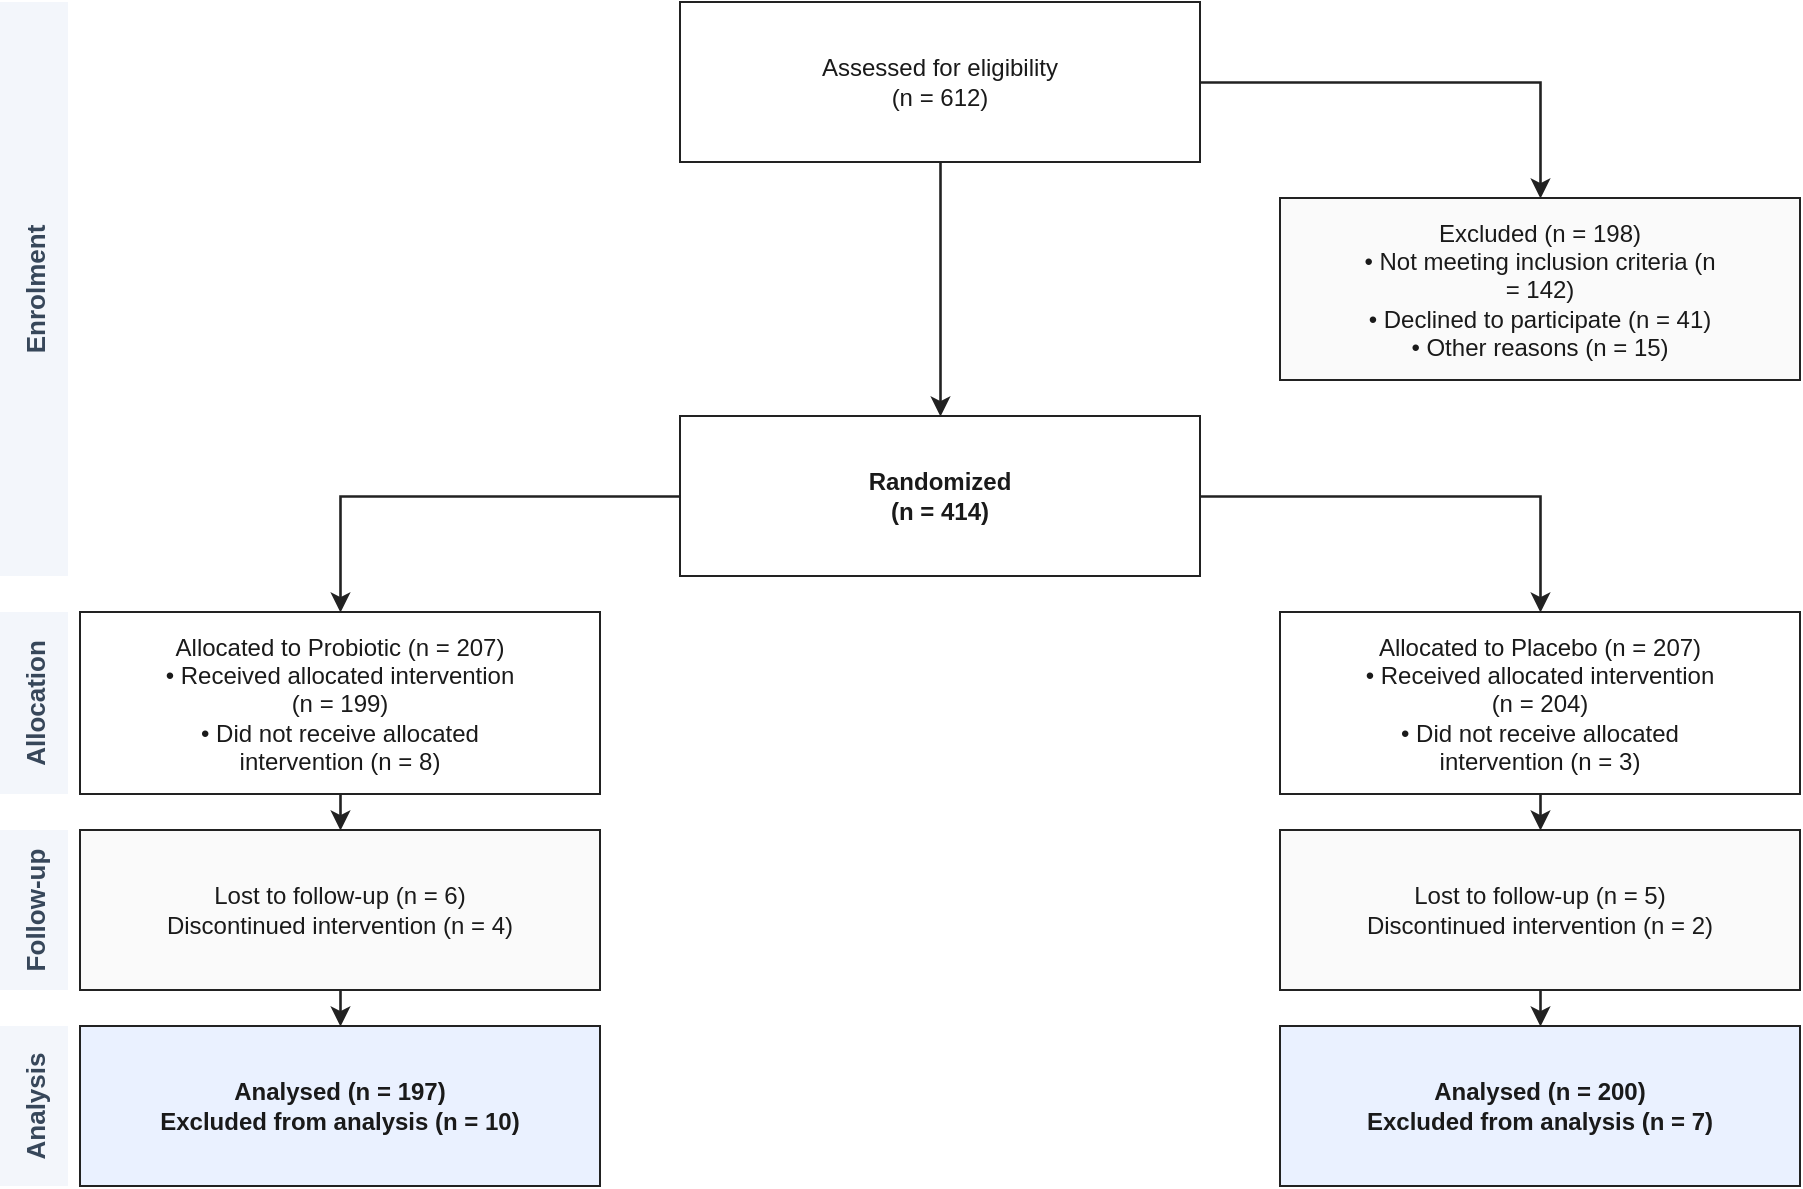
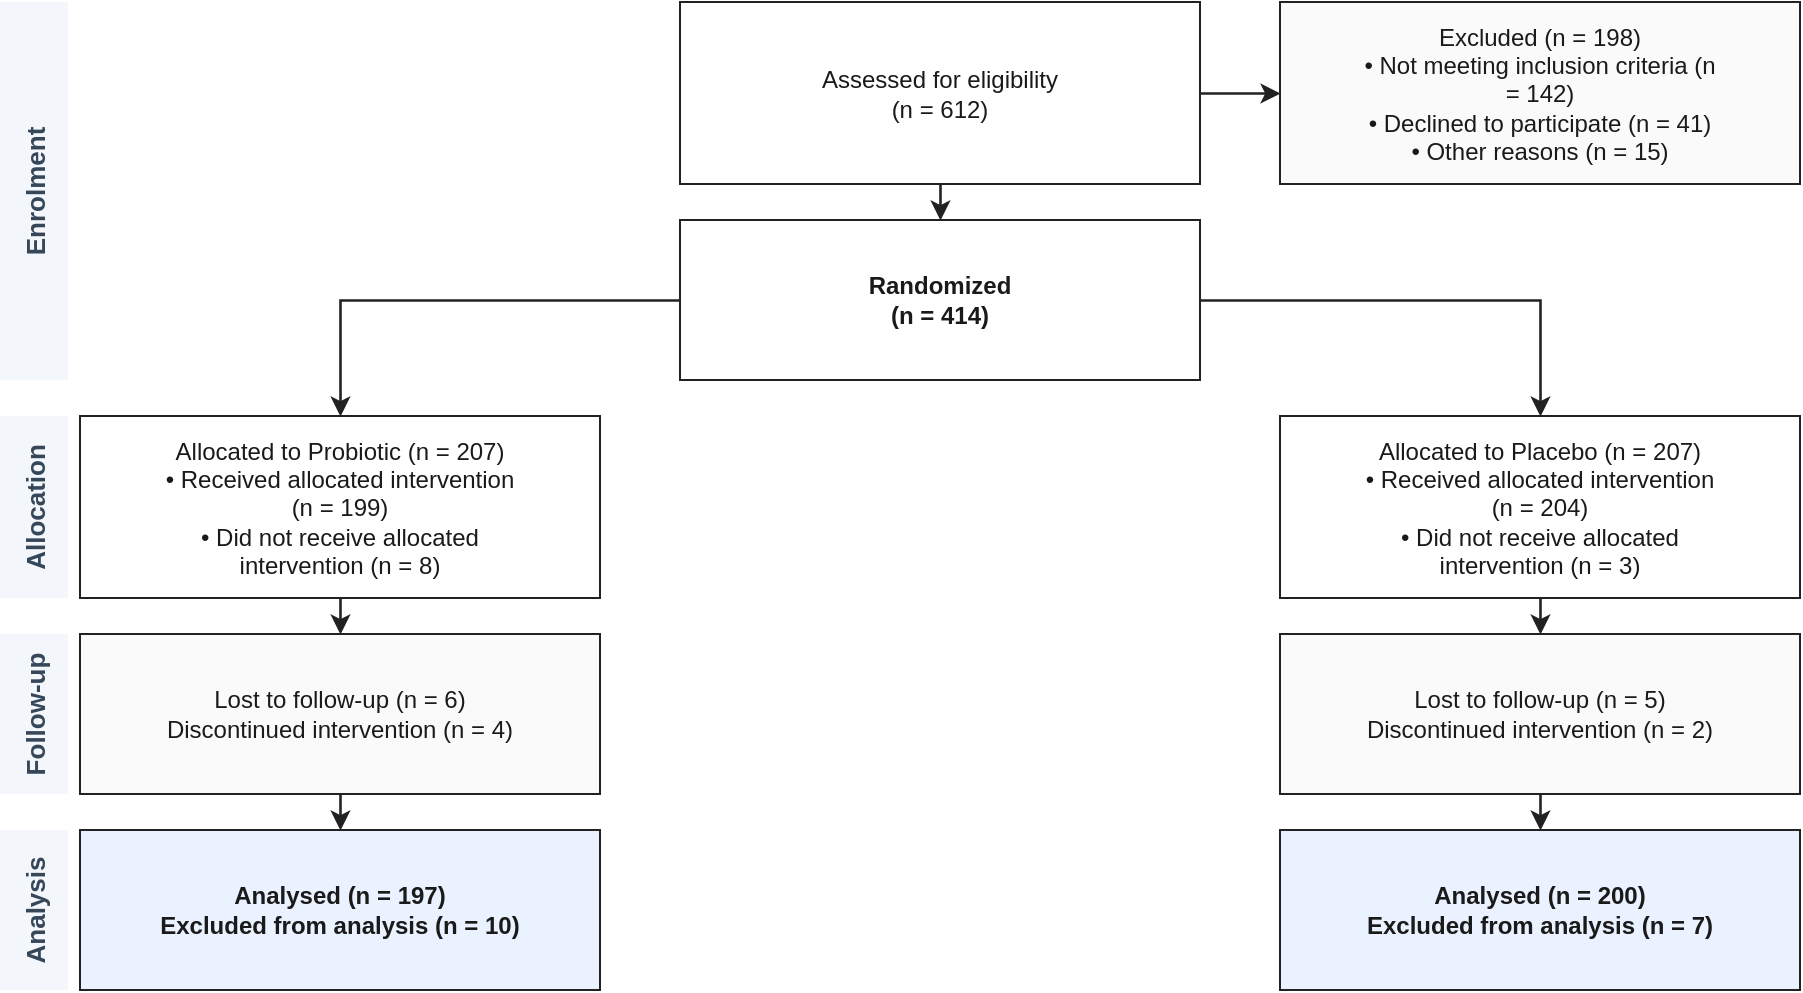
<?xml version="1.0" encoding="UTF-8"?>
- <mxfile host="flowdoc" modified="2026-04-25T12:06:57.967Z" agent="FlowDoc" version="1.0"><diagram id="flowdoc-main" name="Flow Diagram"><mxGraphModel dx="948" dy="640" grid="1" gridSize="10" guides="1" tooltips="1" connect="1" arrows="1" fold="1" page="1" pageScale="1" pageWidth="948" pageHeight="640" math="0" shadow="0"><root><mxCell id="0"/><mxCell id="1" parent="0"/><mxCell id="s2" value="Enrolment" style="shape=rect;fillColor=#f3f6fb;strokeColor=none;fontSize=13;fontStyle=1;fontColor=#37475a;verticalAlign=middle;horizontal=0;" vertex="1" parent="1"><mxGeometry x="24" y="24" width="34" height="287" as="geometry"/></mxCell><mxCell id="s3" value="Allocation" style="shape=rect;fillColor=#f3f6fb;strokeColor=none;fontSize=13;fontStyle=1;fontColor=#37475a;verticalAlign=middle;horizontal=0;" vertex="1" parent="1"><mxGeometry x="24" y="329" width="34" height="91" as="geometry"/></mxCell><mxCell id="s4" value="Follow-up" style="shape=rect;fillColor=#f3f6fb;strokeColor=none;fontSize=13;fontStyle=1;fontColor=#37475a;verticalAlign=middle;horizontal=0;" vertex="1" parent="1"><mxGeometry x="24" y="438" width="34" height="80" as="geometry"/></mxCell><mxCell id="s5" value="Analysis" style="shape=rect;fillColor=#f3f6fb;strokeColor=none;fontSize=13;fontStyle=1;fontColor=#37475a;verticalAlign=middle;horizontal=0;" vertex="1" parent="1"><mxGeometry x="24" y="536" width="34" height="80" as="geometry"/></mxCell><mxCell id="n_assessed" value="Assessed for eligibility&#10;(n = 612)" style="shape=rect;rounded=0;whiteSpace=wrap;html=1;fillColor=#ffffff;strokeColor=#222222;fontColor=#1a1a1a;fontSize=12;verticalAlign=middle;align=center;" vertex="1" parent="1"><mxGeometry x="364" y="24" width="260" height="80" as="geometry"/></mxCell><mxCell id="n_excluded" value="Excluded (n = 198)&#10;• Not meeting inclusion criteria (n&#10;= 142)&#10;• Declined to participate (n = 41)&#10;• Other reasons (n = 15)" style="shape=rect;rounded=0;whiteSpace=wrap;html=1;fillColor=#fafafa;strokeColor=#222222;fontColor=#1a1a1a;fontSize=12;verticalAlign=middle;align=center;" vertex="1" parent="1"><mxGeometry x="664" y="122" width="260" height="91" as="geometry"/></mxCell><mxCell id="n_randomized" value="Randomized&#10;(n = 414)" style="shape=rect;rounded=0;fontStyle=1;whiteSpace=wrap;html=1;fillColor=#ffffff;strokeColor=#222222;fontColor=#1a1a1a;fontSize=12;verticalAlign=middle;align=center;" vertex="1" parent="1"><mxGeometry x="364" y="231" width="260" height="80" as="geometry"/></mxCell><mxCell id="n_allocated_int" value="Allocated to Probiotic (n = 207)&#10;• Received allocated intervention&#10;(n = 199)&#10;• Did not receive allocated&#10;intervention (n = 8)" style="shape=rect;rounded=0;whiteSpace=wrap;html=1;fillColor=#ffffff;strokeColor=#222222;fontColor=#1a1a1a;fontSize=12;verticalAlign=middle;align=center;" vertex="1" parent="1"><mxGeometry x="64" y="329" width="260" height="91" as="geometry"/></mxCell><mxCell id="n_allocated_ctrl" value="Allocated to Placebo (n = 207)&#10;• Received allocated intervention&#10;(n = 204)&#10;• Did not receive allocated&#10;intervention (n = 3)" style="shape=rect;rounded=0;whiteSpace=wrap;html=1;fillColor=#ffffff;strokeColor=#222222;fontColor=#1a1a1a;fontSize=12;verticalAlign=middle;align=center;" vertex="1" parent="1"><mxGeometry x="664" y="329" width="260" height="91" as="geometry"/></mxCell><mxCell id="n_followup_int" value="Lost to follow-up (n = 6)&#10;Discontinued intervention (n = 4)" style="shape=rect;rounded=0;whiteSpace=wrap;html=1;fillColor=#fafafa;strokeColor=#222222;fontColor=#1a1a1a;fontSize=12;verticalAlign=middle;align=center;" vertex="1" parent="1"><mxGeometry x="64" y="438" width="260" height="80" as="geometry"/></mxCell><mxCell id="n_followup_ctrl" value="Lost to follow-up (n = 5)&#10;Discontinued intervention (n = 2)" style="shape=rect;rounded=0;whiteSpace=wrap;html=1;fillColor=#fafafa;strokeColor=#222222;fontColor=#1a1a1a;fontSize=12;verticalAlign=middle;align=center;" vertex="1" parent="1"><mxGeometry x="664" y="438" width="260" height="80" as="geometry"/></mxCell><mxCell id="n_analysed_int" value="Analysed (n = 197)&#10;Excluded from analysis (n = 10)" style="shape=rect;rounded=0;fontStyle=1;whiteSpace=wrap;html=1;fillColor=#eaf1ff;strokeColor=#222222;fontColor=#1a1a1a;fontSize=12;verticalAlign=middle;align=center;" vertex="1" parent="1"><mxGeometry x="64" y="536" width="260" height="80" as="geometry"/></mxCell><mxCell id="n_analysed_ctrl" value="Analysed (n = 200)&#10;Excluded from analysis (n = 7)" style="shape=rect;rounded=0;fontStyle=1;whiteSpace=wrap;html=1;fillColor=#eaf1ff;strokeColor=#222222;fontColor=#1a1a1a;fontSize=12;verticalAlign=middle;align=center;" vertex="1" parent="1"><mxGeometry x="664" y="536" width="260" height="80" as="geometry"/></mxCell><mxCell id="e0" style="edgeStyle=orthogonalEdgeStyle;rounded=0;html=1;endArrow=classic;endFill=1;strokeColor=#222222;strokeWidth=1.3;" edge="1" source="n_assessed" target="n_excluded" parent="1"><mxGeometry relative="1" as="geometry"/></mxCell><mxCell id="e1" style="edgeStyle=orthogonalEdgeStyle;rounded=0;html=1;endArrow=classic;endFill=1;strokeColor=#222222;strokeWidth=1.3;" edge="1" source="n_assessed" target="n_randomized" parent="1"><mxGeometry relative="1" as="geometry"/></mxCell><mxCell id="e2" style="edgeStyle=orthogonalEdgeStyle;rounded=0;html=1;endArrow=classic;endFill=1;strokeColor=#222222;strokeWidth=1.3;" edge="1" source="n_randomized" target="n_allocated_int" parent="1"><mxGeometry relative="1" as="geometry"/></mxCell><mxCell id="e3" style="edgeStyle=orthogonalEdgeStyle;rounded=0;html=1;endArrow=classic;endFill=1;strokeColor=#222222;strokeWidth=1.3;" edge="1" source="n_randomized" target="n_allocated_ctrl" parent="1"><mxGeometry relative="1" as="geometry"/></mxCell><mxCell id="e4" style="edgeStyle=orthogonalEdgeStyle;rounded=0;html=1;endArrow=classic;endFill=1;strokeColor=#222222;strokeWidth=1.3;" edge="1" source="n_allocated_int" target="n_followup_int" parent="1"><mxGeometry relative="1" as="geometry"/></mxCell><mxCell id="e5" style="edgeStyle=orthogonalEdgeStyle;rounded=0;html=1;endArrow=classic;endFill=1;strokeColor=#222222;strokeWidth=1.3;" edge="1" source="n_allocated_ctrl" target="n_followup_ctrl" parent="1"><mxGeometry relative="1" as="geometry"/></mxCell><mxCell id="e6" style="edgeStyle=orthogonalEdgeStyle;rounded=0;html=1;endArrow=classic;endFill=1;strokeColor=#222222;strokeWidth=1.3;" edge="1" source="n_followup_int" target="n_analysed_int" parent="1"><mxGeometry relative="1" as="geometry"/></mxCell><mxCell id="e7" style="edgeStyle=orthogonalEdgeStyle;rounded=0;html=1;endArrow=classic;endFill=1;strokeColor=#222222;strokeWidth=1.3;" edge="1" source="n_followup_ctrl" target="n_analysed_ctrl" parent="1"><mxGeometry relative="1" as="geometry"/></mxCell></root></mxGraphModel></diagram></mxfile>
+ <mxfile host="flowdoc" modified="2026-04-28T11:46:02.480Z" agent="FlowDoc" version="1.0"><diagram id="flowdoc-main" name="Flow Diagram"><mxGraphModel dx="948" dy="542" grid="1" gridSize="10" guides="1" tooltips="1" connect="1" arrows="1" fold="1" page="1" pageScale="1" pageWidth="948" pageHeight="542" math="0" shadow="0"><root><mxCell id="0"/><mxCell id="1" parent="0"/><mxCell id="s2" value="Enrolment" style="shape=rect;fillColor=#f3f6fb;strokeColor=none;fontSize=13;fontStyle=1;fontColor=#37475a;verticalAlign=middle;horizontal=0;" vertex="1" parent="1"><mxGeometry x="24" y="24" width="34" height="189" as="geometry"/></mxCell><mxCell id="s3" value="Allocation" style="shape=rect;fillColor=#f3f6fb;strokeColor=none;fontSize=13;fontStyle=1;fontColor=#37475a;verticalAlign=middle;horizontal=0;" vertex="1" parent="1"><mxGeometry x="24" y="231" width="34" height="91" as="geometry"/></mxCell><mxCell id="s4" value="Follow-up" style="shape=rect;fillColor=#f3f6fb;strokeColor=none;fontSize=13;fontStyle=1;fontColor=#37475a;verticalAlign=middle;horizontal=0;" vertex="1" parent="1"><mxGeometry x="24" y="340" width="34" height="80" as="geometry"/></mxCell><mxCell id="s5" value="Analysis" style="shape=rect;fillColor=#f3f6fb;strokeColor=none;fontSize=13;fontStyle=1;fontColor=#37475a;verticalAlign=middle;horizontal=0;" vertex="1" parent="1"><mxGeometry x="24" y="438" width="34" height="80" as="geometry"/></mxCell><mxCell id="n_assessed" value="Assessed for eligibility&#10;(n = 612)" style="shape=rect;rounded=0;whiteSpace=wrap;html=1;fillColor=#ffffff;strokeColor=#222222;fontColor=#1a1a1a;fontSize=12;verticalAlign=middle;align=center;" vertex="1" parent="1"><mxGeometry x="364" y="24" width="260" height="91" as="geometry"/></mxCell><mxCell id="n_excluded" value="Excluded (n = 198)&#10;• Not meeting inclusion criteria (n&#10;= 142)&#10;• Declined to participate (n = 41)&#10;• Other reasons (n = 15)" style="shape=rect;rounded=0;whiteSpace=wrap;html=1;fillColor=#fafafa;strokeColor=#222222;fontColor=#1a1a1a;fontSize=12;verticalAlign=middle;align=center;" vertex="1" parent="1"><mxGeometry x="664" y="24" width="260" height="91" as="geometry"/></mxCell><mxCell id="n_randomized" value="Randomized&#10;(n = 414)" style="shape=rect;rounded=0;fontStyle=1;whiteSpace=wrap;html=1;fillColor=#ffffff;strokeColor=#222222;fontColor=#1a1a1a;fontSize=12;verticalAlign=middle;align=center;" vertex="1" parent="1"><mxGeometry x="364" y="133" width="260" height="80" as="geometry"/></mxCell><mxCell id="n_allocated_int" value="Allocated to Probiotic (n = 207)&#10;• Received allocated intervention&#10;(n = 199)&#10;• Did not receive allocated&#10;intervention (n = 8)" style="shape=rect;rounded=0;whiteSpace=wrap;html=1;fillColor=#ffffff;strokeColor=#222222;fontColor=#1a1a1a;fontSize=12;verticalAlign=middle;align=center;" vertex="1" parent="1"><mxGeometry x="64" y="231" width="260" height="91" as="geometry"/></mxCell><mxCell id="n_allocated_ctrl" value="Allocated to Placebo (n = 207)&#10;• Received allocated intervention&#10;(n = 204)&#10;• Did not receive allocated&#10;intervention (n = 3)" style="shape=rect;rounded=0;whiteSpace=wrap;html=1;fillColor=#ffffff;strokeColor=#222222;fontColor=#1a1a1a;fontSize=12;verticalAlign=middle;align=center;" vertex="1" parent="1"><mxGeometry x="664" y="231" width="260" height="91" as="geometry"/></mxCell><mxCell id="n_followup_int" value="Lost to follow-up (n = 6)&#10;Discontinued intervention (n = 4)" style="shape=rect;rounded=0;whiteSpace=wrap;html=1;fillColor=#fafafa;strokeColor=#222222;fontColor=#1a1a1a;fontSize=12;verticalAlign=middle;align=center;" vertex="1" parent="1"><mxGeometry x="64" y="340" width="260" height="80" as="geometry"/></mxCell><mxCell id="n_followup_ctrl" value="Lost to follow-up (n = 5)&#10;Discontinued intervention (n = 2)" style="shape=rect;rounded=0;whiteSpace=wrap;html=1;fillColor=#fafafa;strokeColor=#222222;fontColor=#1a1a1a;fontSize=12;verticalAlign=middle;align=center;" vertex="1" parent="1"><mxGeometry x="664" y="340" width="260" height="80" as="geometry"/></mxCell><mxCell id="n_analysed_int" value="Analysed (n = 197)&#10;Excluded from analysis (n = 10)" style="shape=rect;rounded=0;fontStyle=1;whiteSpace=wrap;html=1;fillColor=#eaf1ff;strokeColor=#222222;fontColor=#1a1a1a;fontSize=12;verticalAlign=middle;align=center;" vertex="1" parent="1"><mxGeometry x="64" y="438" width="260" height="80" as="geometry"/></mxCell><mxCell id="n_analysed_ctrl" value="Analysed (n = 200)&#10;Excluded from analysis (n = 7)" style="shape=rect;rounded=0;fontStyle=1;whiteSpace=wrap;html=1;fillColor=#eaf1ff;strokeColor=#222222;fontColor=#1a1a1a;fontSize=12;verticalAlign=middle;align=center;" vertex="1" parent="1"><mxGeometry x="664" y="438" width="260" height="80" as="geometry"/></mxCell><mxCell id="e0" style="edgeStyle=orthogonalEdgeStyle;rounded=0;html=1;endArrow=classic;endFill=1;strokeColor=#222222;strokeWidth=1.3;" edge="1" source="n_assessed" target="n_excluded" parent="1"><mxGeometry relative="1" as="geometry"/></mxCell><mxCell id="e1" style="edgeStyle=orthogonalEdgeStyle;rounded=0;html=1;endArrow=classic;endFill=1;strokeColor=#222222;strokeWidth=1.3;" edge="1" source="n_assessed" target="n_randomized" parent="1"><mxGeometry relative="1" as="geometry"/></mxCell><mxCell id="e2" style="edgeStyle=orthogonalEdgeStyle;rounded=0;html=1;endArrow=classic;endFill=1;strokeColor=#222222;strokeWidth=1.3;" edge="1" source="n_randomized" target="n_allocated_int" parent="1"><mxGeometry relative="1" as="geometry"/></mxCell><mxCell id="e3" style="edgeStyle=orthogonalEdgeStyle;rounded=0;html=1;endArrow=classic;endFill=1;strokeColor=#222222;strokeWidth=1.3;" edge="1" source="n_randomized" target="n_allocated_ctrl" parent="1"><mxGeometry relative="1" as="geometry"/></mxCell><mxCell id="e4" style="edgeStyle=orthogonalEdgeStyle;rounded=0;html=1;endArrow=classic;endFill=1;strokeColor=#222222;strokeWidth=1.3;" edge="1" source="n_allocated_int" target="n_followup_int" parent="1"><mxGeometry relative="1" as="geometry"/></mxCell><mxCell id="e5" style="edgeStyle=orthogonalEdgeStyle;rounded=0;html=1;endArrow=classic;endFill=1;strokeColor=#222222;strokeWidth=1.3;" edge="1" source="n_allocated_ctrl" target="n_followup_ctrl" parent="1"><mxGeometry relative="1" as="geometry"/></mxCell><mxCell id="e6" style="edgeStyle=orthogonalEdgeStyle;rounded=0;html=1;endArrow=classic;endFill=1;strokeColor=#222222;strokeWidth=1.3;" edge="1" source="n_followup_int" target="n_analysed_int" parent="1"><mxGeometry relative="1" as="geometry"/></mxCell><mxCell id="e7" style="edgeStyle=orthogonalEdgeStyle;rounded=0;html=1;endArrow=classic;endFill=1;strokeColor=#222222;strokeWidth=1.3;" edge="1" source="n_followup_ctrl" target="n_analysed_ctrl" parent="1"><mxGeometry relative="1" as="geometry"/></mxCell></root></mxGraphModel></diagram></mxfile>
